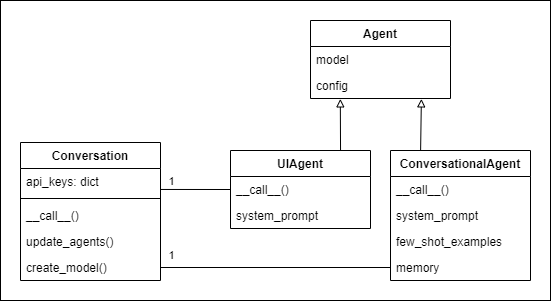
Earlier version of the draw.io export class_diagram.drawio.png (David-Sat/ui-converse). Source tidied: cells renumbered, new cells last; positions are measured from the earlier drawing's top-left corner, leaving out a move shared by most shapes.
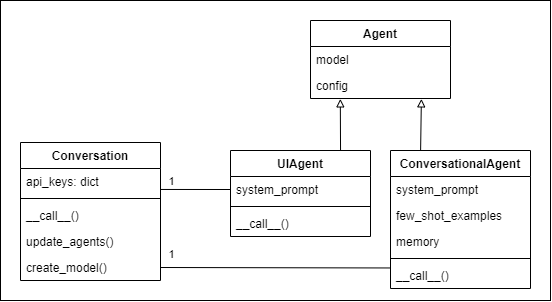
The same file after the commit.

Commit message:
Improve interface, update diagram

Change to the diagram source:
```diff
@@ -36,24 +36,27 @@
       <mxGeometry relative="1" as="geometry" />
     </mxCell>
     <mxCell id="13" value="ConversationalAgent" style="swimlane;fontStyle=1;horizontal=1;startSize=26;fillColor=none;" parent="1" vertex="1">
-      <mxGeometry x="390" y="150" width="140" height="130" as="geometry" />
+      <mxGeometry x="390" y="150" width="140" height="138" as="geometry" />
     </mxCell>
-    <mxCell id="14" value="__call__()" style="text;strokeColor=none;fillColor=none;align=left;verticalAlign=top;spacingLeft=4;spacingRight=4;overflow=hidden;points=[[0,0.5],[1,0.5]];portConstraint=eastwest;" parent="13" vertex="1">
-      <mxGeometry y="26" width="140" height="26" as="geometry" />
-    </mxCell>
     <mxCell id="15" value="system_prompt" style="text;strokeColor=none;fillColor=none;align=left;verticalAlign=top;spacingLeft=4;spacingRight=4;overflow=hidden;" parent="13" vertex="1">
-      <mxGeometry y="52" width="140" height="26" as="geometry" />
+      <mxGeometry y="26" width="140" height="26" as="geometry" />
     </mxCell>
     <mxCell id="16" value="few_shot_examples" style="text;strokeColor=none;fillColor=none;align=left;verticalAlign=top;spacingLeft=4;spacingRight=4;overflow=hidden;" parent="13" vertex="1">
-      <mxGeometry y="78" width="140" height="26" as="geometry" />
+      <mxGeometry y="52" width="140" height="26" as="geometry" />
     </mxCell>
     <mxCell id="17" value="memory" style="text;strokeColor=none;fillColor=none;align=left;verticalAlign=top;spacingLeft=4;spacingRight=4;overflow=hidden;points=[[0,0.5],[1,0.5]];portConstraint=eastwest;" parent="13" vertex="1">
-      <mxGeometry y="104" width="140" height="26" as="geometry" />
+      <mxGeometry y="78" width="140" height="26" as="geometry" />
     </mxCell>
+    <mxCell id="26" style="line;strokeWidth=1;fillColor=none;align=left;verticalAlign=middle;spacingTop=-1;spacingLeft=3;spacingRight=3;labelPosition=right;strokeColor=inherit;" parent="13" vertex="1">
+      <mxGeometry y="104" width="140" height="8" as="geometry" />
+    </mxCell>
+    <mxCell id="14" value="__call__()" style="text;strokeColor=none;fillColor=none;align=left;verticalAlign=top;spacingLeft=4;spacingRight=4;overflow=hidden;points=[[0,0.5],[1,0.5]];portConstraint=eastwest;" parent="13" vertex="1">
+      <mxGeometry y="112" width="140" height="26" as="geometry" />
+    </mxCell>
     <mxCell id="18" style="edgeStyle=none;html=1;entryX=0.792;entryY=1.015;entryDx=0;entryDy=0;entryPerimeter=0;endArrow=block;endFill=0;exitX=0.215;exitY=-0.002;exitDx=0;exitDy=0;exitPerimeter=0;" parent="1" edge="1" source="13" target="11">
       <mxGeometry relative="1" as="geometry" />
     </mxCell>
-    <mxCell id="19" style="edgeStyle=none;html=1;exitX=0;exitY=0.5;exitDx=0;exitDy=0;entryX=1;entryY=0.806;entryDx=0;entryDy=0;entryPerimeter=0;endArrow=none;endFill=0;" parent="1" edge="1" source="21" target="4">
+    <mxCell id="19" style="edgeStyle=none;html=1;entryX=1;entryY=0.806;entryDx=0;entryDy=0;entryPerimeter=0;endArrow=none;endFill=0;exitX=0;exitY=0.5;exitDx=0;exitDy=0;" parent="1" edge="1" source="23" target="4">
       <mxGeometry relative="1" as="geometry" />
     </mxCell>
     <mxCell id="20" value="1" style="edgeLabel;html=1;align=center;verticalAlign=middle;" parent="19" vertex="1">
@@ -62,15 +65,18 @@
       </mxGeometry>
     </mxCell>
     <mxCell id="21" value="UIAgent" style="swimlane;fontStyle=1;horizontal=1;startSize=26;fillColor=none;" parent="1" vertex="1">
-      <mxGeometry x="230" y="150" width="140" height="78" as="geometry" />
+      <mxGeometry x="230" y="150" width="140" height="86" as="geometry" />
     </mxCell>
+    <mxCell id="23" value="system_prompt" style="text;strokeColor=none;fillColor=none;align=left;verticalAlign=top;spacingLeft=4;spacingRight=4;overflow=hidden;points=[[0,0.5],[1,0.5]];portConstraint=eastwest;" parent="21" vertex="1">
+      <mxGeometry y="26" width="140" height="26" as="geometry" />
+    </mxCell>
+    <mxCell id="27" style="line;strokeWidth=1;fillColor=none;align=left;verticalAlign=middle;spacingTop=-1;spacingLeft=3;spacingRight=3;labelPosition=right;strokeColor=inherit;" parent="21" vertex="1">
+      <mxGeometry y="52" width="140" height="8" as="geometry" />
+    </mxCell>
     <mxCell id="22" value="__call__()" style="text;strokeColor=none;fillColor=none;align=left;verticalAlign=top;spacingLeft=4;spacingRight=4;overflow=hidden;" parent="21" vertex="1">
-      <mxGeometry y="26" width="140" height="26" as="geometry" />
+      <mxGeometry y="60" width="140" height="26" as="geometry" />
     </mxCell>
-    <mxCell id="23" value="system_prompt" style="text;strokeColor=none;fillColor=none;align=left;verticalAlign=top;spacingLeft=4;spacingRight=4;overflow=hidden;points=[[0,0.5],[1,0.5]];portConstraint=eastwest;" parent="21" vertex="1">
-      <mxGeometry y="52" width="140" height="26" as="geometry" />
-    </mxCell>
-    <mxCell id="24" style="edgeStyle=none;html=1;exitX=0;exitY=0.5;exitDx=0;exitDy=0;entryX=1;entryY=0.5;entryDx=0;entryDy=0;endArrow=none;endFill=0;" parent="1" edge="1" source="17" target="8">
+    <mxCell id="24" style="edgeStyle=none;html=1;exitX=-0.002;exitY=0.21;exitDx=0;exitDy=0;entryX=1;entryY=0.5;entryDx=0;entryDy=0;endArrow=none;endFill=0;exitPerimeter=0;" parent="1" edge="1" source="14" target="8">
       <mxGeometry relative="1" as="geometry" />
     </mxCell>
     <mxCell id="25" value="1" style="edgeLabel;html=1;align=center;verticalAlign=middle;" parent="24" vertex="1">
```
